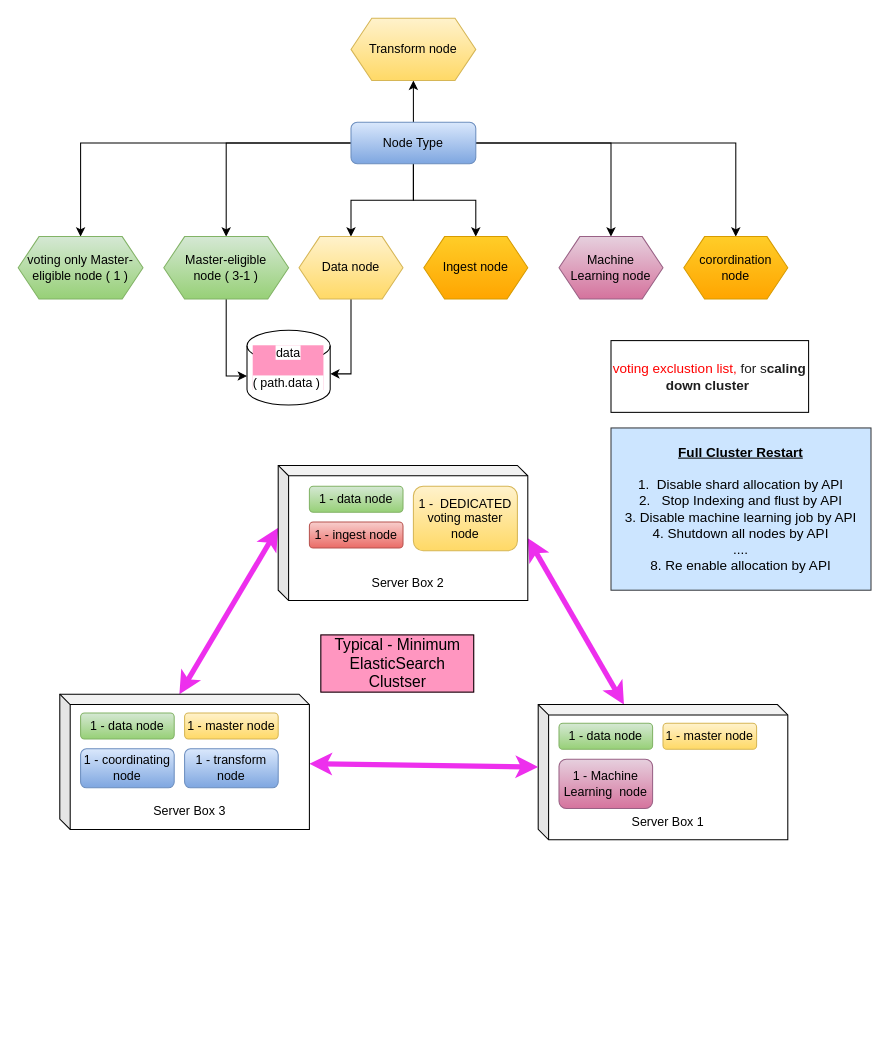
Earlier version of the draw.io diagram page "Node & Cluster" (5 of 12) of My Articles/elastic stack/ElasticSearch Administration.drawio (paramothers/books). Source tidied: cells renumbered, new cells numbered last; positions are measured from the earlier drawing's top-left corner, leaving out a move shared by most shapes. Both pictures are drawn from the tidied source at 104%, with x=0, y=0 at pixel (18, 18).
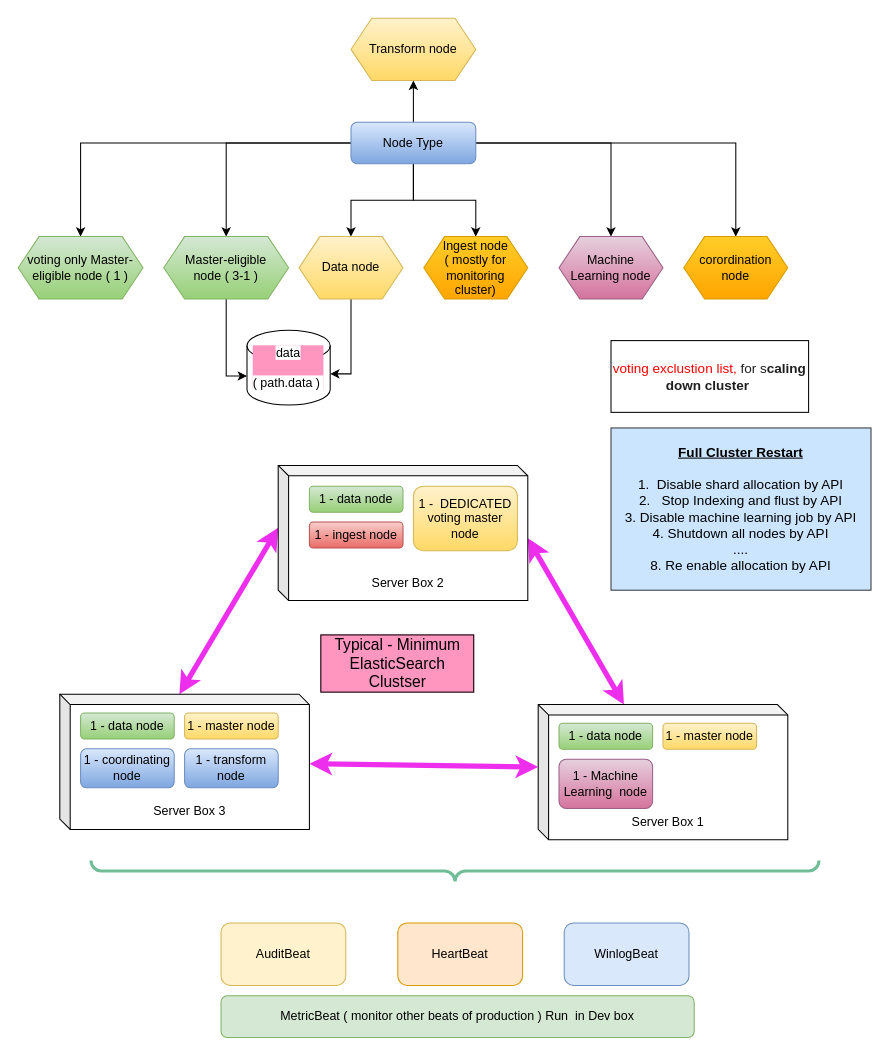
After the change.

Change to the diagram source:
```diff
@@
-    <mxCell id="14" value="Ingest node" style="shape=hexagon;perimeter=hexagonPerimeter2;whiteSpace=wrap;html=1;fixedSize=1;gradientColor=#ffa500;fillColor=#ffcd28;strokeColor=#d79b00;" parent="1" vertex="1">
+    <mxCell id="14" value="Ingest node&lt;br&gt;( mostly for monitoring cluster)" style="shape=hexagon;perimeter=hexagonPerimeter2;whiteSpace=wrap;html=1;fixedSize=1;gradientColor=#ffa500;fillColor=#ffcd28;strokeColor=#d79b00;" parent="1" vertex="1">
       <mxGeometry x="390" y="210" width="100" height="60" as="geometry" />
     </mxCell>
@@
+    <mxCell id="39" value="AuditBeat" style="rounded=1;whiteSpace=wrap;html=1;fillColor=#fff2cc;strokeColor=#d6b656;" parent="1" vertex="1">
+      <mxGeometry x="195" y="870" width="120" height="60" as="geometry" />
+    </mxCell>
+    <mxCell id="40" value="HeartBeat" style="rounded=1;whiteSpace=wrap;html=1;fillColor=#ffe6cc;strokeColor=#d79b00;" parent="1" vertex="1">
+      <mxGeometry x="365" y="870" width="120" height="60" as="geometry" />
+    </mxCell>
+    <mxCell id="41" value="WinlogBeat" style="rounded=1;whiteSpace=wrap;html=1;fillColor=#dae8fc;strokeColor=#6c8ebf;" parent="1" vertex="1">
+      <mxGeometry x="525" y="870" width="120" height="60" as="geometry" />
+    </mxCell>
+    <mxCell id="42" value="MetricBeat ( monitor other beats of production ) Run&amp;nbsp; in Dev box" style="rounded=1;whiteSpace=wrap;html=1;fillColor=#d5e8d4;strokeColor=#82b366;" parent="1" vertex="1">
+      <mxGeometry x="195" y="940" width="455" height="40" as="geometry" />
+    </mxCell>
+    <mxCell id="43" style="verticalLabelPosition=bottom;shadow=0;dashed=0;align=center;html=1;verticalAlign=top;strokeWidth=3;shape=mxgraph.mockup.markup.curlyBrace;rotation=-180;strokeColor=#71BD97;" parent="1" vertex="1">
+      <mxGeometry x="70" y="810" width="700" height="20" as="geometry" />
+    </mxCell>
```
